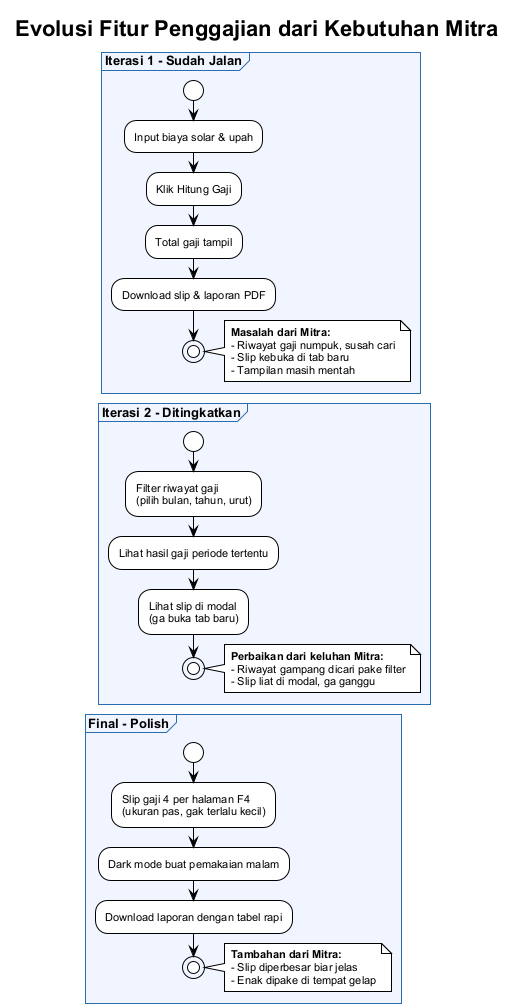
Before: docs/flowchart-penggajian-evolusi.png, a diagram exported from PlantUML (riandafatur28/sidigas-gaji-sopir-truck).
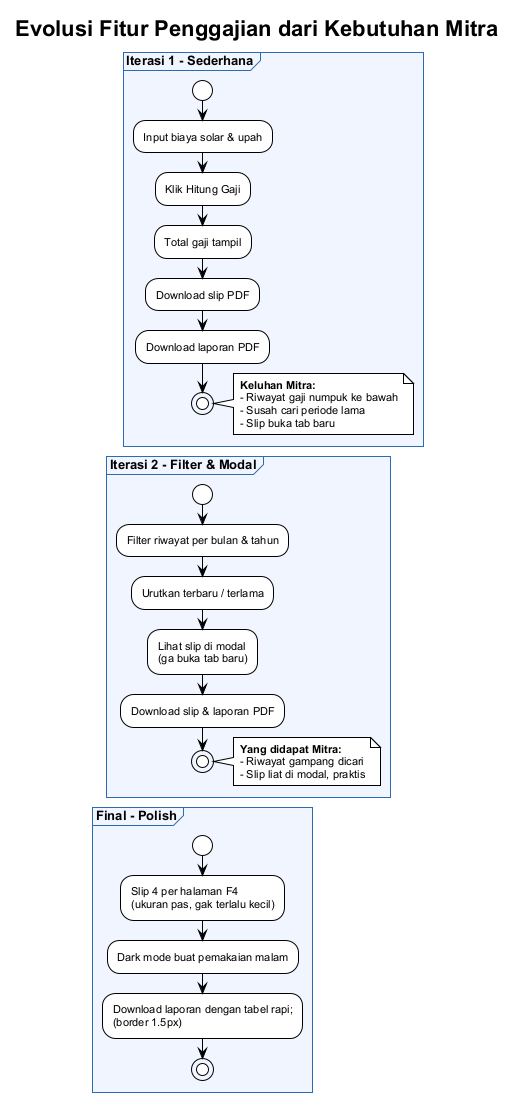
The same diagram one commit later.

Commit message:
fix: flowchart evolusi sesuai cerita mitra - iter1 manual, iter2 dari WA/dropdown

The edit, as a diff of the source:
```diff
@@ -10,45 +10,42 @@
 
 title Evolusi Fitur Penggajian dari Kebutuhan Mitra
 
-partition "Iterasi 1 - Sudah Jalan" {
+partition "Iterasi 1 - Sederhana" {
   start
   :Input biaya solar & upah;
   :Klik Hitung Gaji;
   :Total gaji tampil;
+  :Download slip PDF;
+  :Download laporan PDF;
+  stop
+  note right
+    **Keluhan Mitra:**
+    - Riwayat gaji numpuk ke bawah
+    - Susah cari periode lama
+    - Slip buka tab baru
+  end note
+}
+
+partition "Iterasi 2 - Filter & Modal" {
+  start
+  :Filter riwayat per bulan & tahun;
+  :Urutkan terbaru / terlama;
+  :Lihat slip di modal\n(ga buka tab baru);
   :Download slip & laporan PDF;
   stop
   note right
-    **Masalah dari Mitra:**
-    - Riwayat gaji numpuk, susah cari
-    - Slip kebuka di tab baru
-    - Tampilan masih mentah
-  end note
-}
-
-partition "Iterasi 2 - Ditingkatkan" {
-  start
-  :Filter riwayat gaji\n(pilih bulan, tahun, urut);
-  :Lihat hasil gaji periode tertentu;
-  :Lihat slip di modal\n(ga buka tab baru);
-  stop
-  note right
-    **Perbaikan dari keluhan Mitra:**
-    - Riwayat gampang dicari pake filter
-    - Slip liat di modal, ga ganggu
+    **Yang didapat Mitra:**
+    - Riwayat gampang dicari
+    - Slip liat di modal, praktis
   end note
 }
 
 partition "Final - Polish" {
   start
-  :Slip gaji 4 per halaman F4\n(ukuran pas, gak terlalu kecil);
+  :Slip 4 per halaman F4\n(ukuran pas, gak terlalu kecil);
   :Dark mode buat pemakaian malam;
-  :Download laporan dengan tabel rapi;
+  :Download laporan dengan tabel rapi;\n(border 1.5px);
   stop
-  note right
-    **Tambahan dari Mitra:**
-    - Slip diperbesar biar jelas
-    - Enak dipake di tempat gelap
-  end note
 }
 
 @enduml
```
